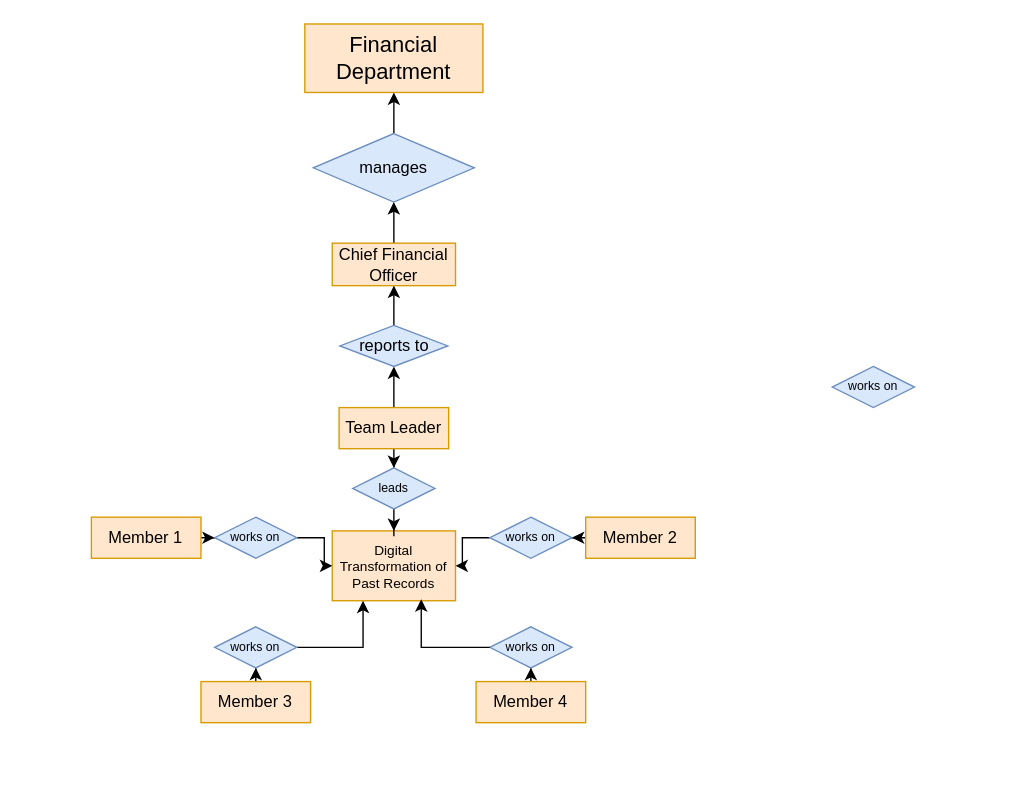
Above: lsdp_l1.drawio in SyedSiddiqShakir/msc_iot_academic (draw.io), before the change. Source tidied: cells renumbered, new cells numbered last; positions are measured from the earlier drawing's top-left corner, leaving out a move shared by most shapes. Both pictures are drawn from the tidied source at 137%, with x=0, y=0 at pixel (90, 23).
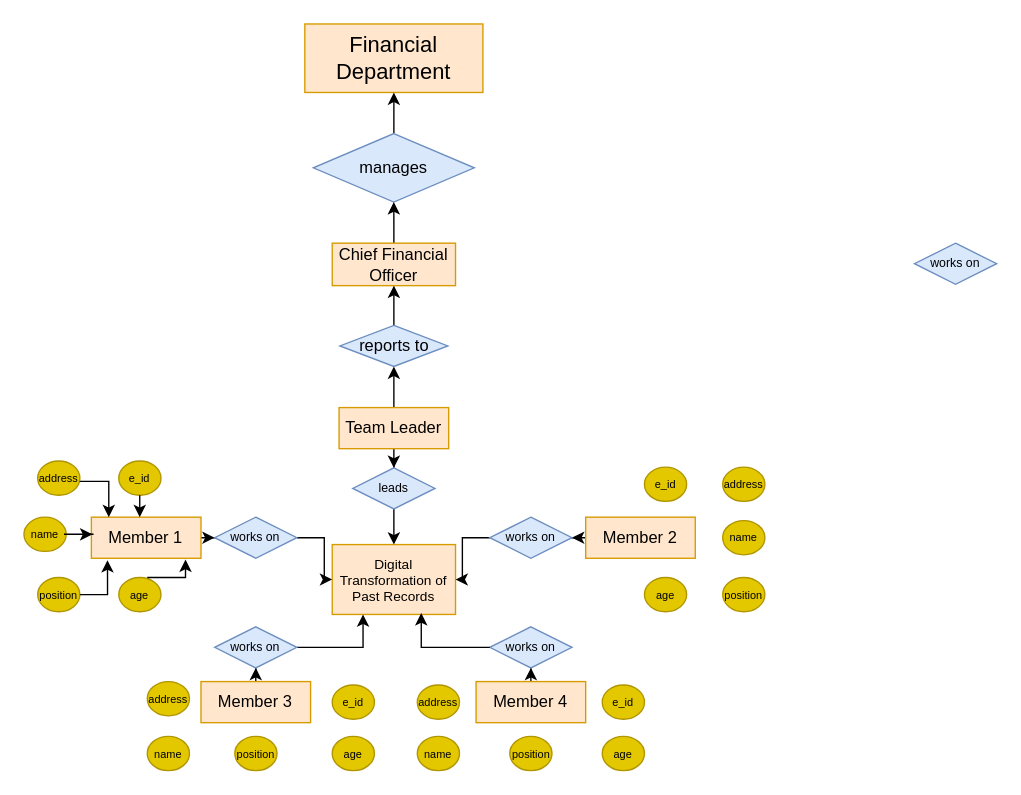
The same page after the edit.

Unchanged cells that the change refers to:
```xml
<mxCell id="13" value="Member 1" style="rounded=0;whiteSpace=wrap;html=1;fillColor=#ffe6cc;strokeColor=#d79b00;" parent="1" vertex="1">
  <mxGeometry x="0.2" y="360" width="80" height="30" as="geometry" />
</mxCell>
```

Change to the diagram source:
```diff
@@
     <mxCell id="16" value="Digital Transformation of Past Records" style="rounded=0;whiteSpace=wrap;html=1;fillColor=#ffe6cc;strokeColor=#d79b00;fontSize=10;" parent="1" vertex="1">
-      <mxGeometry x="176" y="370" width="90" height="51" as="geometry" />
+      <mxGeometry x="176" y="380" width="90" height="51" as="geometry" />
     </mxCell>
@@
     <mxCell id="21" value="works on" style="rhombus;whiteSpace=wrap;html=1;fillColor=#dae8fc;strokeColor=#6c8ebf;fontSize=9;" parent="1" vertex="1">
-      <mxGeometry x="541" y="250" width="60" height="30" as="geometry" />
+      <mxGeometry x="601" y="160" width="60" height="30" as="geometry" />
     </mxCell>
@@
+    <mxCell id="32" value="age" style="ellipse;whiteSpace=wrap;html=1;fillColor=#e3c800;strokeColor=#B09500;fontColor=#000000;fontSize=8;" parent="1" vertex="1">
+      <mxGeometry x="20.2" y="404" width="30.8" height="25" as="geometry" />
+    </mxCell>
+    <mxCell id="33" value="e_id" style="ellipse;whiteSpace=wrap;html=1;fillColor=#e3c800;strokeColor=#B09500;fontColor=#000000;fontSize=8;" parent="1" vertex="1">
+      <mxGeometry x="20.2" y="319" width="30.8" height="25" as="geometry" />
+    </mxCell>
+    <mxCell id="34" value="address" style="ellipse;whiteSpace=wrap;html=1;fillColor=#e3c800;strokeColor=#B09500;fontColor=#000000;fontSize=8;" parent="1" vertex="1">
+      <mxGeometry x="-39" y="319" width="30.8" height="25" as="geometry" />
+    </mxCell>
+    <mxCell id="35" value="position" style="ellipse;whiteSpace=wrap;html=1;fillColor=#e3c800;strokeColor=#B09500;fontColor=#000000;fontSize=8;" parent="1" vertex="1">
+      <mxGeometry x="-39" y="404" width="30.8" height="25" as="geometry" />
+    </mxCell>
+    <mxCell id="36" value="name" style="ellipse;whiteSpace=wrap;html=1;fillColor=#e3c800;strokeColor=#B09500;fontColor=#000000;fontSize=8;" parent="1" vertex="1">
+      <mxGeometry x="-49" y="360" width="30.8" height="25" as="geometry" />
+    </mxCell>
+    <mxCell id="37" value="age" style="ellipse;whiteSpace=wrap;html=1;fillColor=#e3c800;strokeColor=#B09500;fontColor=#000000;fontSize=8;" parent="1" vertex="1">
+      <mxGeometry x="176" y="520" width="30.8" height="25" as="geometry" />
+    </mxCell>
+    <mxCell id="38" value="e_id" style="ellipse;whiteSpace=wrap;html=1;fillColor=#e3c800;strokeColor=#B09500;fontColor=#000000;fontSize=8;" parent="1" vertex="1">
+      <mxGeometry x="176" y="482.5" width="30.8" height="25" as="geometry" />
+    </mxCell>
+    <mxCell id="39" value="address" style="ellipse;whiteSpace=wrap;html=1;fillColor=#e3c800;strokeColor=#B09500;fontColor=#000000;fontSize=8;" parent="1" vertex="1">
+      <mxGeometry x="41" y="480" width="30.8" height="25" as="geometry" />
+    </mxCell>
+    <mxCell id="40" value="position" style="ellipse;whiteSpace=wrap;html=1;fillColor=#e3c800;strokeColor=#B09500;fontColor=#000000;fontSize=8;" parent="1" vertex="1">
+      <mxGeometry x="104.9" y="520" width="30.8" height="25" as="geometry" />
+    </mxCell>
+    <mxCell id="41" value="name" style="ellipse;whiteSpace=wrap;html=1;fillColor=#e3c800;strokeColor=#B09500;fontColor=#000000;fontSize=8;" parent="1" vertex="1">
+      <mxGeometry x="41" y="520" width="30.8" height="25" as="geometry" />
+    </mxCell>
+    <mxCell id="42" value="age" style="ellipse;whiteSpace=wrap;html=1;fillColor=#e3c800;strokeColor=#B09500;fontColor=#000000;fontSize=8;" parent="1" vertex="1">
+      <mxGeometry x="373.1" y="520" width="30.8" height="25" as="geometry" />
+    </mxCell>
+    <mxCell id="43" value="e_id" style="ellipse;whiteSpace=wrap;html=1;fillColor=#e3c800;strokeColor=#B09500;fontColor=#000000;fontSize=8;" parent="1" vertex="1">
+      <mxGeometry x="373.1" y="482.5" width="30.8" height="25" as="geometry" />
+    </mxCell>
+    <mxCell id="44" value="address" style="ellipse;whiteSpace=wrap;html=1;fillColor=#e3c800;strokeColor=#B09500;fontColor=#000000;fontSize=8;" parent="1" vertex="1">
+      <mxGeometry x="238.1" y="482.5" width="30.8" height="25" as="geometry" />
+    </mxCell>
+    <mxCell id="45" value="position" style="ellipse;whiteSpace=wrap;html=1;fillColor=#e3c800;strokeColor=#B09500;fontColor=#000000;fontSize=8;" parent="1" vertex="1">
+      <mxGeometry x="305.6" y="520" width="30.8" height="25" as="geometry" />
+    </mxCell>
+    <mxCell id="46" value="name" style="ellipse;whiteSpace=wrap;html=1;fillColor=#e3c800;strokeColor=#B09500;fontColor=#000000;fontSize=8;" parent="1" vertex="1">
+      <mxGeometry x="238.1" y="520" width="30.8" height="25" as="geometry" />
+    </mxCell>
+    <mxCell id="47" value="age" style="ellipse;whiteSpace=wrap;html=1;fillColor=#e3c800;strokeColor=#B09500;fontColor=#000000;fontSize=8;" parent="1" vertex="1">
+      <mxGeometry x="403.9" y="404" width="30.8" height="25" as="geometry" />
+    </mxCell>
+    <mxCell id="48" value="e_id" style="ellipse;whiteSpace=wrap;html=1;fillColor=#e3c800;strokeColor=#B09500;fontColor=#000000;fontSize=8;" parent="1" vertex="1">
+      <mxGeometry x="403.9" y="323.5" width="30.8" height="25" as="geometry" />
+    </mxCell>
+    <mxCell id="49" value="address" style="ellipse;whiteSpace=wrap;html=1;fillColor=#e3c800;strokeColor=#B09500;fontColor=#000000;fontSize=8;" parent="1" vertex="1">
+      <mxGeometry x="461" y="323.5" width="30.8" height="25" as="geometry" />
+    </mxCell>
+    <mxCell id="50" value="position" style="ellipse;whiteSpace=wrap;html=1;fillColor=#e3c800;strokeColor=#B09500;fontColor=#000000;fontSize=8;" parent="1" vertex="1">
+      <mxGeometry x="461" y="404" width="30.8" height="25" as="geometry" />
+    </mxCell>
+    <mxCell id="51" value="name" style="ellipse;whiteSpace=wrap;html=1;fillColor=#e3c800;strokeColor=#B09500;fontColor=#000000;fontSize=8;" parent="1" vertex="1">
+      <mxGeometry x="461" y="362.5" width="30.8" height="25" as="geometry" />
+    </mxCell>
+    <mxCell id="52" style="edgeStyle=orthogonalEdgeStyle;rounded=0;orthogonalLoop=1;jettySize=auto;html=1;entryX=0.442;entryY=0;entryDx=0;entryDy=0;entryPerimeter=0;" parent="1" edge="1">
+      <mxGeometry relative="1" as="geometry">
+        <mxPoint x="35.5" y="344" as="sourcePoint" />
+        <mxPoint x="35.5" y="360" as="targetPoint" />
+      </mxGeometry>
+    </mxCell>
+    <mxCell id="53" style="edgeStyle=orthogonalEdgeStyle;rounded=0;orthogonalLoop=1;jettySize=auto;html=1;entryX=0.158;entryY=-0.08;entryDx=0;entryDy=0;entryPerimeter=0;" parent="1" edge="1">
+      <mxGeometry relative="1" as="geometry">
+        <mxPoint x="-8.3" y="333.9" as="sourcePoint" />
+        <mxPoint x="12.9" y="360" as="targetPoint" />
+      </mxGeometry>
+    </mxCell>
+    <mxCell id="54" style="edgeStyle=orthogonalEdgeStyle;rounded=0;jettySize=auto;html=1;entryX=0.009;entryY=0.417;entryDx=0;entryDy=0;entryPerimeter=0;" parent="1" edge="1" source="36" target="13">
+      <mxGeometry relative="1" as="geometry" />
+    </mxCell>
+    <mxCell id="55" style="edgeStyle=orthogonalEdgeStyle;rounded=0;jettySize=auto;html=1;entryX=0.147;entryY=1.046;entryDx=0;entryDy=0;entryPerimeter=0;" parent="1" edge="1" source="35" target="13">
+      <mxGeometry relative="1" as="geometry" />
+    </mxCell>
+    <mxCell id="56" style="edgeStyle=orthogonalEdgeStyle;rounded=0;jettySize=auto;html=1;entryX=0.859;entryY=1.031;entryDx=0;entryDy=0;entryPerimeter=0;" parent="1" edge="1" target="13">
+      <mxGeometry relative="1" as="geometry">
+        <mxPoint x="41" y="404" as="sourcePoint" />
+      </mxGeometry>
+    </mxCell>
```
